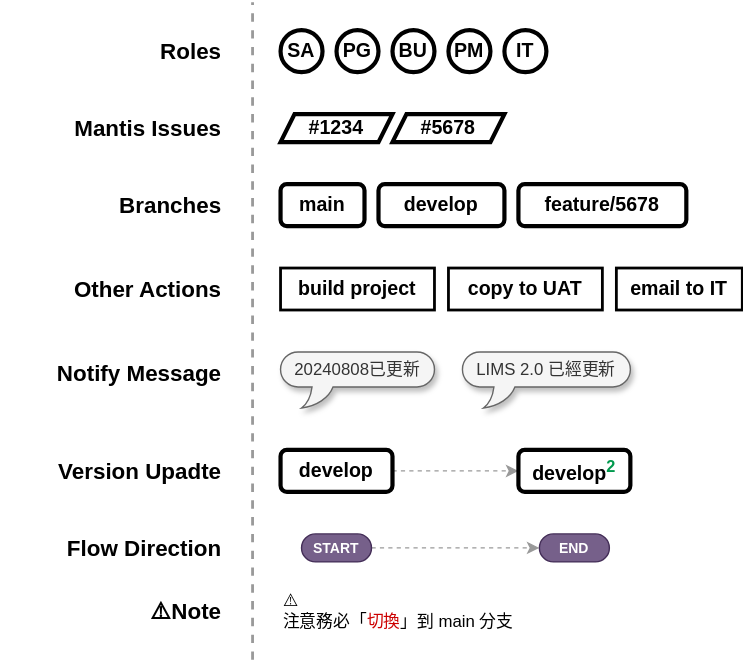
Earlier version of the draw.io export asset/lims-samples.svg (dpi627/SGS.OAD.GitTraining). Source tidied: cells renumbered, new cells last; positions are measured from the earlier drawing's top-left corner, leaving out a move shared by most shapes.
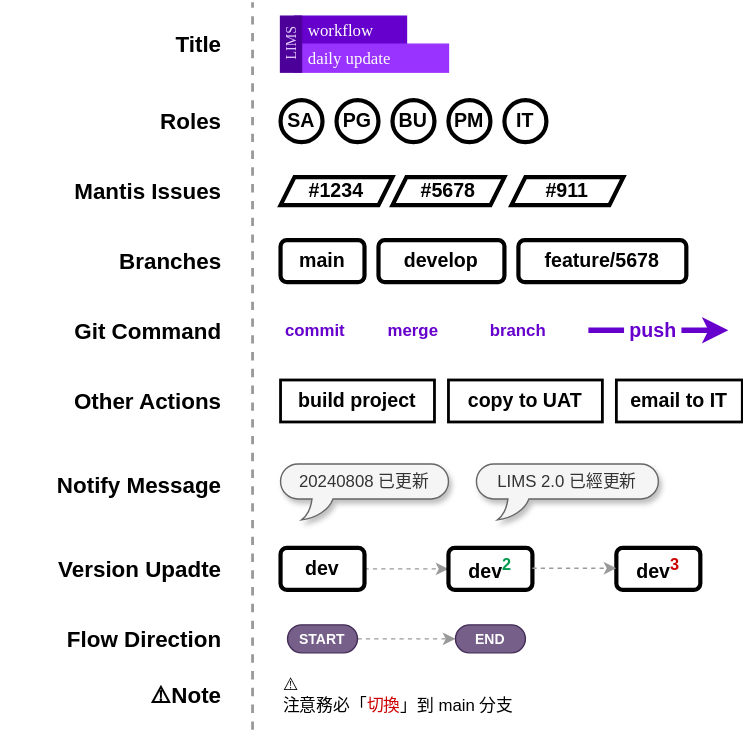
Above is the later version.

The edit, as a diff of the source:
```diff
@@ -18,85 +18,130 @@
       <mxGeometry x="360" y="20" width="30" height="30" as="geometry" />
     </mxCell>
     <mxCell id="7" value="#1234" style="shape=parallelogram;perimeter=parallelogramPerimeter;whiteSpace=wrap;html=1;fixedSize=1;fontSize=14;fontStyle=1;strokeWidth=3;size=10;" parent="1" vertex="1">
-      <mxGeometry x="200" y="80" width="80" height="20" as="geometry" />
+      <mxGeometry x="200" y="75" width="80" height="20" as="geometry" />
     </mxCell>
     <mxCell id="8" value="#5678" style="shape=parallelogram;perimeter=parallelogramPerimeter;whiteSpace=wrap;html=1;fixedSize=1;fontSize=14;fontStyle=1;strokeWidth=3;size=10;" parent="1" vertex="1">
-      <mxGeometry x="280" y="80" width="80" height="20" as="geometry" />
+      <mxGeometry x="280" y="75" width="80" height="20" as="geometry" />
     </mxCell>
     <mxCell id="9" value="main" style="rounded=1;whiteSpace=wrap;html=1;strokeWidth=3;fontSize=14;fontStyle=1;" parent="1" vertex="1">
-      <mxGeometry x="200" y="130" width="60" height="30" as="geometry" />
+      <mxGeometry x="200" y="120" width="60" height="30" as="geometry" />
     </mxCell>
     <mxCell id="10" value="feature/5678" style="rounded=1;whiteSpace=wrap;html=1;strokeWidth=3;fontSize=14;fontStyle=1;" parent="1" vertex="1">
-      <mxGeometry x="370" y="130" width="120" height="30" as="geometry" />
+      <mxGeometry x="370" y="120" width="120" height="30" as="geometry" />
     </mxCell>
     <mxCell id="11" value="develop" style="rounded=1;whiteSpace=wrap;html=1;strokeWidth=3;fontSize=14;fontStyle=1;" parent="1" vertex="1">
-      <mxGeometry x="270" y="130" width="90" height="30" as="geometry" />
+      <mxGeometry x="270" y="120" width="90" height="30" as="geometry" />
     </mxCell>
     <mxCell id="12" value="build project" style="rounded=0;whiteSpace=wrap;html=1;strokeWidth=2;fontSize=14;fontStyle=1;" parent="1" vertex="1">
-      <mxGeometry x="200" y="190" width="110" height="30" as="geometry" />
+      <mxGeometry x="200" y="220" width="110" height="30" as="geometry" />
     </mxCell>
     <mxCell id="13" value="copy to UAT" style="rounded=0;whiteSpace=wrap;html=1;strokeWidth=2;fontSize=14;fontStyle=1;" parent="1" vertex="1">
-      <mxGeometry x="320" y="190" width="110" height="30" as="geometry" />
+      <mxGeometry x="320" y="220" width="110" height="30" as="geometry" />
     </mxCell>
     <mxCell id="14" value="email to IT" style="rounded=0;whiteSpace=wrap;html=1;strokeWidth=2;fontSize=14;fontStyle=1;" parent="1" vertex="1">
-      <mxGeometry x="440" y="190" width="90" height="30" as="geometry" />
+      <mxGeometry x="440" y="220" width="90" height="30" as="geometry" />
     </mxCell>
-    <mxCell id="15" value="20240808已更新" style="whiteSpace=wrap;html=1;shape=mxgraph.basic.roundRectCallout;dx=30;dy=15;size=22;boundedLbl=1;shadow=1;fillColor=#f5f5f5;fontColor=#333333;strokeColor=#666666;" parent="1" vertex="1">
-      <mxGeometry x="200" y="250" width="110" height="40" as="geometry" />
+    <mxCell id="15" value="20240808 已更新" style="whiteSpace=wrap;html=1;shape=mxgraph.basic.roundRectCallout;dx=30;dy=15;size=22;boundedLbl=1;shadow=1;fillColor=#f5f5f5;fontColor=#333333;strokeColor=#666666;" parent="1" vertex="1">
+      <mxGeometry x="200" y="280" width="120" height="40" as="geometry" />
     </mxCell>
     <mxCell id="16" value="LIMS 2.0 已經更新" style="whiteSpace=wrap;html=1;shape=mxgraph.basic.roundRectCallout;dx=30;dy=15;size=22;boundedLbl=1;shadow=1;fillColor=#f5f5f5;fontColor=#333333;strokeColor=#666666;" parent="1" vertex="1">
-      <mxGeometry x="330" y="250" width="120" height="40" as="geometry" />
+      <mxGeometry x="340" y="280" width="130" height="40" as="geometry" />
     </mxCell>
     <mxCell id="17" style="edgeStyle=orthogonalEdgeStyle;rounded=0;jettySize=auto;html=1;exitX=1;exitY=0.5;exitDx=0;exitDy=0;entryX=0;entryY=0.5;entryDx=0;entryDy=0;dashed=1;strokeColor=#999999;" parent="1" edge="1" source="18" target="19">
       <mxGeometry relative="1" as="geometry" />
     </mxCell>
-    <mxCell id="18" value="develop" style="rounded=1;whiteSpace=wrap;html=1;strokeWidth=3;fontSize=14;fontStyle=1;" parent="1" vertex="1">
-      <mxGeometry x="200" y="320" width="80" height="30" as="geometry" />
+    <mxCell id="18" value="dev" style="rounded=1;whiteSpace=wrap;html=1;strokeWidth=3;fontSize=14;fontStyle=1;" parent="1" vertex="1">
+      <mxGeometry x="200" y="340" width="60" height="30" as="geometry" />
     </mxCell>
-    <mxCell id="19" value="develop&lt;sup&gt;&lt;font color=&quot;#00994d&quot;&gt;2&lt;/font&gt;&lt;/sup&gt;" style="rounded=1;whiteSpace=wrap;html=1;strokeWidth=3;fontSize=14;fontStyle=1;" parent="1" vertex="1">
-      <mxGeometry x="370" y="320" width="80" height="30" as="geometry" />
+    <mxCell id="19" value="dev&lt;sup&gt;&lt;font color=&quot;#00994d&quot;&gt;2&lt;/font&gt;&lt;/sup&gt;" style="rounded=1;whiteSpace=wrap;html=1;strokeWidth=3;fontSize=14;fontStyle=1;" parent="1" vertex="1">
+      <mxGeometry x="320" y="340" width="60" height="30" as="geometry" />
     </mxCell>
     <mxCell id="20" style="edgeStyle=orthogonalEdgeStyle;rounded=0;jettySize=auto;html=1;exitX=1;exitY=0.5;exitDx=0;exitDy=0;entryX=0;entryY=0.5;entryDx=0;entryDy=0;dashed=1;strokeColor=#999999;align=center;verticalAlign=middle;fontFamily=Helvetica;fontSize=11;fontColor=default;labelBackgroundColor=default;endArrow=classic;" parent="1" edge="1" source="21" target="22">
       <mxGeometry relative="1" as="geometry" />
     </mxCell>
     <mxCell id="21" value="START" style="rounded=1;whiteSpace=wrap;html=1;arcSize=50;fontSize=10;fillColor=#76608a;fontColor=#ffffff;strokeColor=#432D57;fontStyle=1;" parent="1" vertex="1">
-      <mxGeometry x="215" y="380" width="50" height="20" as="geometry" />
+      <mxGeometry x="205" y="395" width="50" height="20" as="geometry" />
     </mxCell>
     <mxCell id="22" value="END" style="rounded=1;whiteSpace=wrap;html=1;arcSize=50;fontSize=10;fillColor=#76608a;fontColor=#ffffff;strokeColor=#432D57;fontStyle=1;" parent="1" vertex="1">
-      <mxGeometry x="385" y="380" width="50" height="20" as="geometry" />
+      <mxGeometry x="325" y="395" width="50" height="20" as="geometry" />
     </mxCell>
     <mxCell id="23" value="⚠️&lt;br&gt;注意務必「&lt;font color=&quot;#cc0000&quot;&gt;切換&lt;/font&gt;」到 main 分支" style="text;html=1;align=left;verticalAlign=middle;whiteSpace=wrap;rounded=0;" parent="1" vertex="1">
-      <mxGeometry x="200" y="420" width="240" height="30" as="geometry" />
+      <mxGeometry x="200" y="430" width="240" height="30" as="geometry" />
     </mxCell>
     <mxCell id="24" style="endArrow=none;dashed=1;html=1;strokeWidth=2;rounded=0;strokeColor=#999999;" parent="1" edge="1">
       <mxGeometry relative="1" as="geometry">
         <mxPoint x="180" y="470" as="sourcePoint" />
-        <mxPoint x="180" as="targetPoint" />
+        <mxPoint x="180" y="-50" as="targetPoint" />
       </mxGeometry>
     </mxCell>
     <mxCell id="25" value="Roles" style="text;html=1;align=right;verticalAlign=middle;whiteSpace=wrap;rounded=0;fontSize=16;fontStyle=1;" parent="1" vertex="1">
       <mxGeometry x="100" y="20" width="60" height="30" as="geometry" />
     </mxCell>
     <mxCell id="26" value="Mantis Issues" style="text;html=1;align=right;verticalAlign=middle;whiteSpace=wrap;rounded=0;fontSize=16;fontStyle=1;" parent="1" vertex="1">
-      <mxGeometry y="75" width="160" height="30" as="geometry" />
+      <mxGeometry y="70" width="160" height="30" as="geometry" />
     </mxCell>
     <mxCell id="27" value="Branches" style="text;html=1;align=right;verticalAlign=middle;whiteSpace=wrap;rounded=0;fontSize=16;fontStyle=1;" parent="1" vertex="1">
-      <mxGeometry y="130" width="160" height="30" as="geometry" />
+      <mxGeometry y="120" width="160" height="30" as="geometry" />
     </mxCell>
     <mxCell id="28" value="Other Actions" style="text;html=1;align=right;verticalAlign=middle;whiteSpace=wrap;rounded=0;fontSize=16;fontStyle=1;" parent="1" vertex="1">
-      <mxGeometry y="190" width="160" height="30" as="geometry" />
+      <mxGeometry y="220" width="160" height="30" as="geometry" />
     </mxCell>
     <mxCell id="29" value="Notify Message" style="text;html=1;align=right;verticalAlign=middle;whiteSpace=wrap;rounded=0;fontSize=16;fontStyle=1;" parent="1" vertex="1">
-      <mxGeometry y="250" width="160" height="30" as="geometry" />
+      <mxGeometry y="280" width="160" height="30" as="geometry" />
     </mxCell>
     <mxCell id="30" value="Version Upadte" style="text;html=1;align=right;verticalAlign=middle;whiteSpace=wrap;rounded=0;fontSize=16;fontStyle=1;" parent="1" vertex="1">
-      <mxGeometry y="320" width="160" height="30" as="geometry" />
+      <mxGeometry y="340" width="160" height="30" as="geometry" />
     </mxCell>
     <mxCell id="31" value="Flow Direction" style="text;html=1;align=right;verticalAlign=middle;whiteSpace=wrap;rounded=0;fontSize=16;fontStyle=1;" parent="1" vertex="1">
-      <mxGeometry y="375" width="160" height="30" as="geometry" />
+      <mxGeometry y="390" width="160" height="30" as="geometry" />
     </mxCell>
     <mxCell id="32" value="⚠️Note" style="text;html=1;align=right;verticalAlign=middle;whiteSpace=wrap;rounded=0;fontSize=16;fontStyle=1;" parent="1" vertex="1">
-      <mxGeometry y="420" width="160" height="30" as="geometry" />
+      <mxGeometry y="430" width="160" height="30" as="geometry" />
     </mxCell>
+    <mxCell id="33" value="Git Command" style="text;html=1;align=right;verticalAlign=middle;whiteSpace=wrap;rounded=0;fontSize=16;fontStyle=1;" parent="1" vertex="1">
+      <mxGeometry y="170" width="160" height="30" as="geometry" />
+    </mxCell>
+    <mxCell id="34" value="&amp;nbsp;push&amp;nbsp;" style="edgeStyle=orthogonalEdgeStyle;rounded=0;orthogonalLoop=1;jettySize=auto;html=1;strokeColor=#6600CC;align=center;verticalAlign=middle;fontFamily=Helvetica;fontSize=14;fontColor=#6600CC;fontStyle=1;labelBackgroundColor=default;endArrow=classic;strokeWidth=4;" parent="1" edge="1">
+      <mxGeometry x="-0.09" relative="1" as="geometry">
+        <mxPoint x="420" y="184.5" as="sourcePoint" />
+        <mxPoint x="520" y="184.5" as="targetPoint" />
+      </mxGeometry>
+    </mxCell>
+    <mxCell id="35" value="commit" style="text;html=1;align=center;verticalAlign=middle;whiteSpace=wrap;rounded=0;fontColor=#6600CC;fontStyle=1;" parent="1" vertex="1">
+      <mxGeometry x="200" y="170" width="50" height="30" as="geometry" />
+    </mxCell>
+    <mxCell id="36" value="merge" style="text;html=1;align=center;verticalAlign=middle;whiteSpace=wrap;rounded=0;fontColor=#6600CC;fontStyle=1;" parent="1" vertex="1">
+      <mxGeometry x="265" y="170" width="60" height="30" as="geometry" />
+    </mxCell>
+    <mxCell id="37" value="branch" style="text;html=1;align=center;verticalAlign=middle;whiteSpace=wrap;rounded=0;fontColor=#6600CC;fontStyle=1;" parent="1" vertex="1">
+      <mxGeometry x="340" y="170" width="60" height="30" as="geometry" />
+    </mxCell>
+    <mxCell id="38" value="dev&lt;sup&gt;&lt;font color=&quot;#cc0000&quot;&gt;3&lt;/font&gt;&lt;/sup&gt;" style="rounded=1;whiteSpace=wrap;html=1;strokeWidth=3;fontSize=14;fontStyle=1;" parent="1" vertex="1">
+      <mxGeometry x="440" y="340" width="60" height="30" as="geometry" />
+    </mxCell>
+    <mxCell id="39" style="edgeStyle=orthogonalEdgeStyle;rounded=0;orthogonalLoop=1;jettySize=auto;html=1;exitX=1;exitY=0.5;exitDx=0;exitDy=0;entryX=0;entryY=0.5;entryDx=0;entryDy=0;dashed=1;strokeColor=#999999;" parent="1" edge="1">
+      <mxGeometry relative="1" as="geometry">
+        <mxPoint x="380" y="354.5" as="sourcePoint" />
+        <mxPoint x="440" y="354.5" as="targetPoint" />
+      </mxGeometry>
+    </mxCell>
+    <mxCell id="40" style="group;" parent="1" vertex="1">
+      <mxGeometry x="200" y="-40" width="170" height="40" as="geometry" />
+    </mxCell>
+    <mxCell id="41" value="workflow" style="rounded=1;whiteSpace=wrap;html=1;fontFamily=Lucida Console;spacingTop=2;align=left;verticalAlign=middle;spacingLeft=10;spacing=0;arcSize=0;fontSize=12;fontColor=#ffffff;fillColor=#6600CC;strokeColor=#6600CC;" parent="40" vertex="1">
+      <mxGeometry x="10" width="80" height="20" as="geometry" />
+    </mxCell>
+    <mxCell id="42" value="daily update" style="rounded=1;whiteSpace=wrap;html=1;fontFamily=Lucida Console;spacingTop=2;align=left;verticalAlign=middle;spacingLeft=10;spacing=0;arcSize=0;fontSize=12;fontColor=#ffffff;fillColor=#9933FF;strokeColor=#9933FF;" parent="40" vertex="1">
+      <mxGeometry x="10" y="20" width="110" height="20" as="geometry" />
+    </mxCell>
+    <mxCell id="43" value="LIMS" style="rounded=0;whiteSpace=wrap;html=1;fillColor=#4C0099;strokeColor=#4C0099;horizontal=0;fontColor=#E5CCFF;fontSize=10;fontFamily=Lucida Console;spacing=0;" parent="40" vertex="1">
+      <mxGeometry width="15" height="40" as="geometry" />
+    </mxCell>
+    <mxCell id="44" value="Title" style="text;html=1;align=right;verticalAlign=middle;whiteSpace=wrap;rounded=0;fontSize=16;fontStyle=1;" parent="1" vertex="1">
+      <mxGeometry x="100" y="-35" width="60" height="30" as="geometry" />
+    </mxCell>
+    <mxCell id="45" value="#911" style="shape=parallelogram;perimeter=parallelogramPerimeter;whiteSpace=wrap;html=1;fixedSize=1;fontSize=14;fontStyle=1;strokeWidth=3;size=10;" parent="1" vertex="1">
+      <mxGeometry x="365" y="75" width="80" height="20" as="geometry" />
+    </mxCell>
   </root>
 </mxGraphModel>
```
